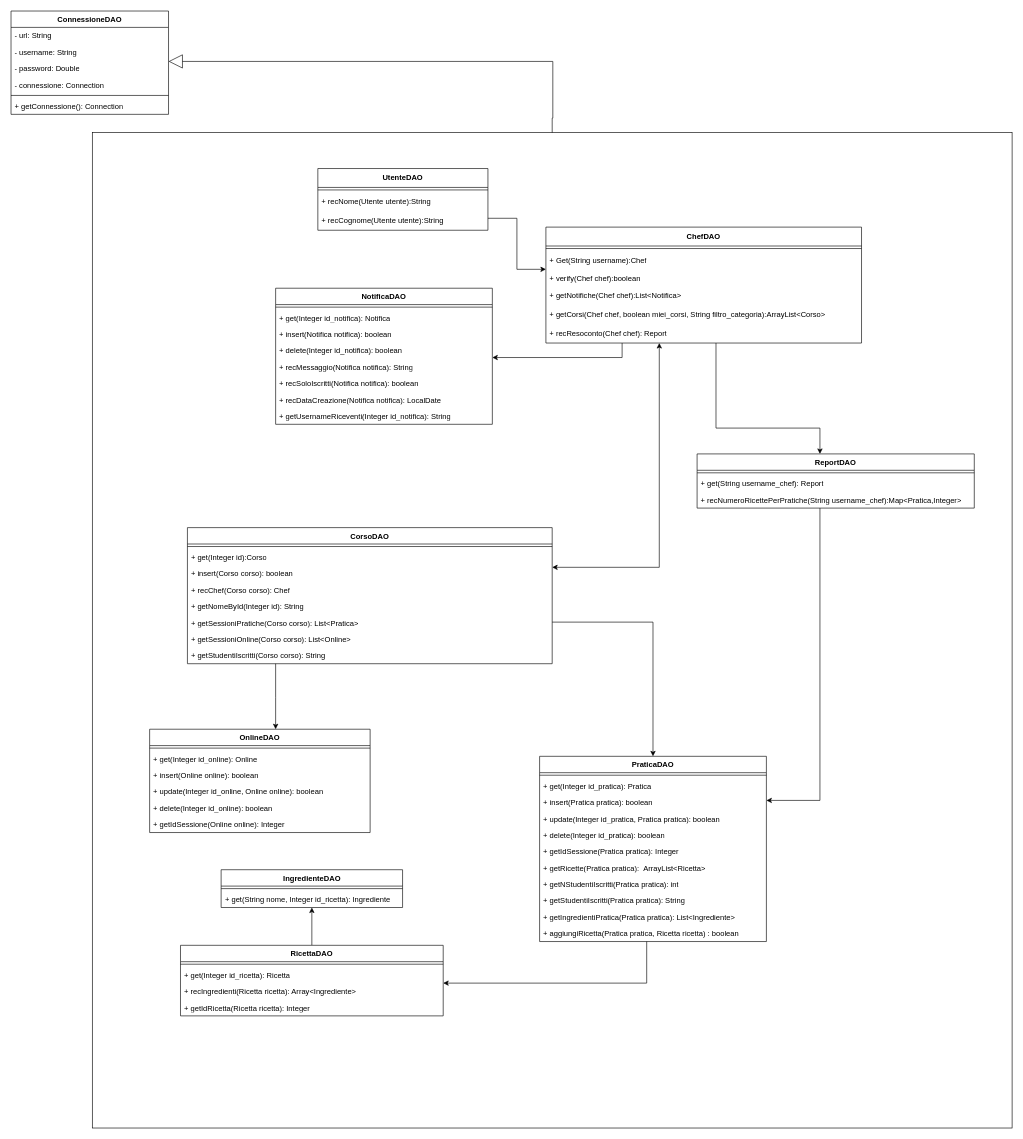
Above: page "dao" (2 of 4) of obj/uml/UML1.drawio in MetisWastaken/UninaFoodLab (draw.io), before the change. Source tidied: cells renumbered, new cells numbered last; positions are measured from the earlier drawing's top-left corner, leaving out a move shared by most shapes. Both pictures are drawn from the tidied source at 63%, with x=0, y=0 at pixel (11, 11).
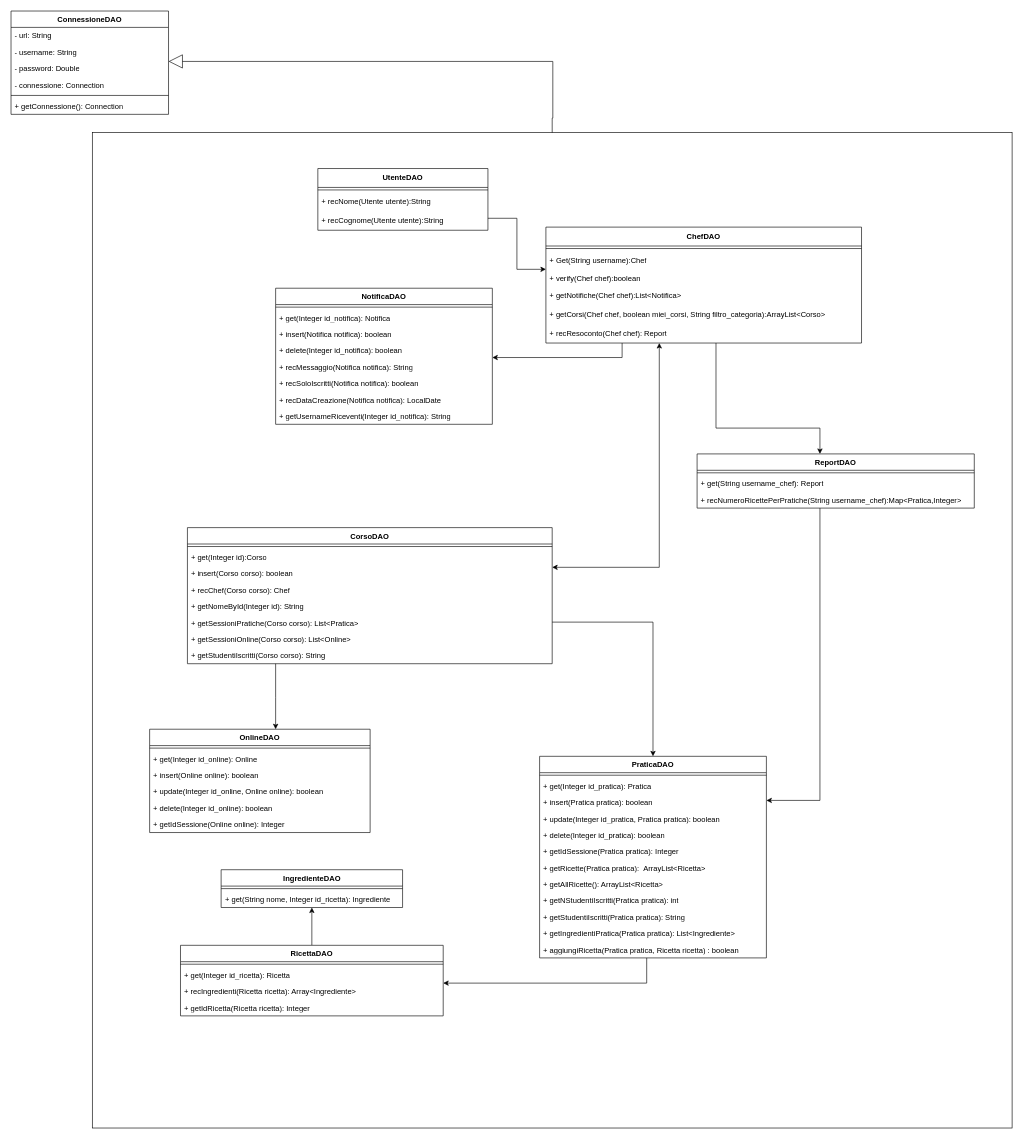
Above is the later version.

What changed in the source:
```diff
@@
     <mxCell id="28" value="PraticaDAO" style="swimlane;align=center;verticalAlign=top;horizontal=1;startSize=26;whiteSpace=wrap;html=1;" parent="1" vertex="1">
-      <mxGeometry x="839" y="1183" width="360" height="294" as="geometry" />
+      <mxGeometry x="839" y="1183" width="360" height="320" as="geometry" />
     </mxCell>
@@
+    <mxCell id="80" value="+ getAllRicette(): ArrayList&amp;lt;Ricetta&amp;gt;" style="text;strokeColor=none;fillColor=none;align=left;verticalAlign=top;spacingLeft=4;spacingRight=4;overflow=hidden;whiteSpace=wrap;html=1;" parent="28" vertex="1">
+      <mxGeometry y="190" width="360" height="26" as="geometry" />
+    </mxCell>
     <mxCell id="36" value="+ getNStudentiIscritti(Pratica pratica): int" style="text;strokeColor=none;fillColor=none;align=left;verticalAlign=top;spacingLeft=4;spacingRight=4;overflow=hidden;whiteSpace=wrap;html=1;" parent="28" vertex="1">
-      <mxGeometry y="190" width="360" height="26" as="geometry" />
+      <mxGeometry y="216" width="360" height="26" as="geometry" />
     </mxCell>
     <mxCell id="37" value="+ getStudentiIscritti(Pratica pratica): String" style="text;strokeColor=none;fillColor=none;align=left;verticalAlign=top;spacingLeft=4;spacingRight=4;overflow=hidden;whiteSpace=wrap;html=1;" parent="28" vertex="1">
-      <mxGeometry y="216" width="360" height="26" as="geometry" />
+      <mxGeometry y="242" width="360" height="26" as="geometry" />
     </mxCell>
     <mxCell id="38" value="+ getIngredientiPratica(Pratica pratica): List&amp;lt;Ingrediente&amp;gt;" style="text;strokeColor=none;fillColor=none;align=left;verticalAlign=top;spacingLeft=4;spacingRight=4;overflow=hidden;whiteSpace=wrap;html=1;" parent="28" vertex="1">
-      <mxGeometry y="242" width="360" height="26" as="geometry" />
+      <mxGeometry y="268" width="360" height="26" as="geometry" />
     </mxCell>
     <mxCell id="39" value="+ aggiungiRicetta(Pratica pratica, Ricetta ricetta) : boolean" style="text;strokeColor=none;fillColor=none;align=left;verticalAlign=top;spacingLeft=4;spacingRight=4;overflow=hidden;whiteSpace=wrap;html=1;" parent="28" vertex="1">
-      <mxGeometry y="268" width="360" height="26" as="geometry" />
+      <mxGeometry y="294" width="360" height="26" as="geometry" />
     </mxCell>
```
